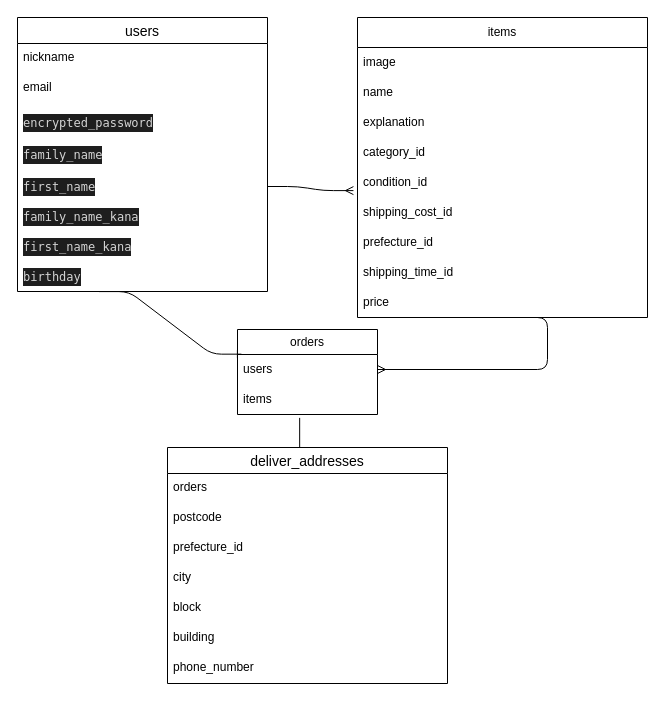
idgc705/furima-38986 keeps this draw.io diagram as test.dio. Above is the earlier version. Source tidied: cells renumbered, new cells numbered last; positions are measured from the earlier drawing's top-left corner, leaving out a move shared by most shapes. Both pictures are drawn from the tidied source at 100%, with x=0, y=0 at pixel (17, 17).
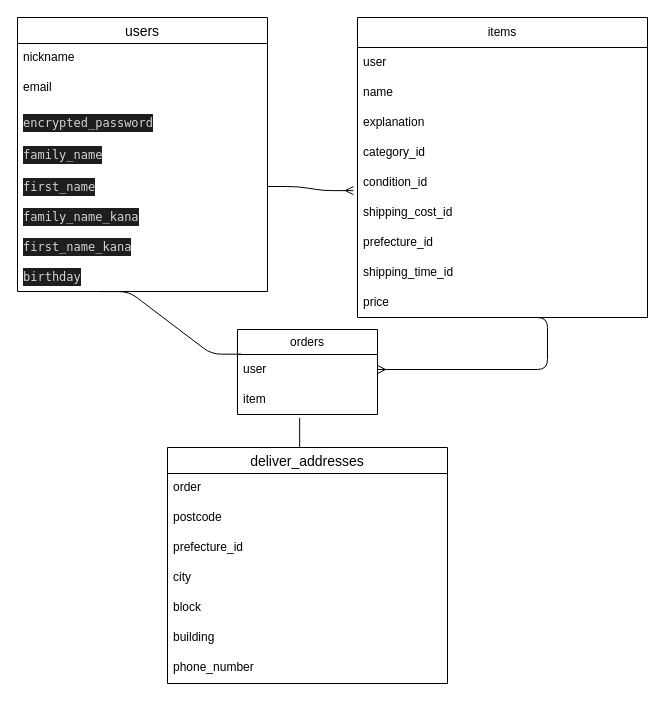
Above is the later version.

Commit message:
データベース修正2

Unchanged cells that the change refers to:
```xml
<mxCell id="11" value="items" style="swimlane;fontStyle=0;horizontal=1;startSize=30;whiteSpace=wrap;html=1;" parent="1" vertex="1">
  <mxGeometry x="340" width="290" height="300" as="geometry" />
</mxCell>
<mxCell id="21" value="orders" style="swimlane;fontStyle=0;horizontal=1;startSize=25;whiteSpace=wrap;html=1;" parent="1" vertex="1">
  <mxGeometry x="220" y="312" width="140" height="85" as="geometry" />
</mxCell>
<mxCell id="27" value="deliver_addresses" style="swimlane;fontStyle=0;horizontal=1;startSize=26;align=center;fontSize=14;" parent="1" vertex="1">
  <mxGeometry x="150" y="430" width="280" height="236" as="geometry" />
</mxCell>
```

What changed in the source:
```diff
@@
-    <mxCell id="12" value="image" style="text;strokeColor=none;fillColor=none;align=left;verticalAlign=middle;spacingLeft=4;spacingRight=4;overflow=hidden;whiteSpace=wrap;html=1;" parent="11" vertex="1">
+    <mxCell id="12" value="user" style="text;strokeColor=none;fillColor=none;align=left;verticalAlign=middle;spacingLeft=4;spacingRight=4;overflow=hidden;whiteSpace=wrap;html=1;" parent="11" vertex="1">
       <mxGeometry y="30" width="290" height="30" as="geometry" />
     </mxCell>
@@
-    <mxCell id="22" value="users" style="text;strokeColor=none;fillColor=none;align=left;verticalAlign=middle;spacingLeft=4;spacingRight=4;overflow=hidden;points=[[0,0.5],[1,0.5]];portConstraint=eastwest;whiteSpace=wrap;html=1;" parent="21" vertex="1">
+    <mxCell id="22" value="user" style="text;strokeColor=none;fillColor=none;align=left;verticalAlign=middle;spacingLeft=4;spacingRight=4;overflow=hidden;points=[[0,0.5],[1,0.5]];portConstraint=eastwest;whiteSpace=wrap;html=1;" parent="21" vertex="1">
       <mxGeometry y="25" width="140" height="30" as="geometry" />
     </mxCell>
-    <mxCell id="23" value="items" style="text;strokeColor=none;fillColor=none;align=left;verticalAlign=middle;spacingLeft=4;spacingRight=4;overflow=hidden;points=[[0,0.5],[1,0.5]];portConstraint=eastwest;whiteSpace=wrap;html=1;" parent="21" vertex="1">
+    <mxCell id="23" value="item" style="text;strokeColor=none;fillColor=none;align=left;verticalAlign=middle;spacingLeft=4;spacingRight=4;overflow=hidden;points=[[0,0.5],[1,0.5]];portConstraint=eastwest;whiteSpace=wrap;html=1;" parent="21" vertex="1">
       <mxGeometry y="55" width="140" height="30" as="geometry" />
     </mxCell>
@@
-    <mxCell id="28" value="orders" style="text;strokeColor=none;fillColor=none;spacingLeft=4;spacingRight=4;overflow=hidden;fontSize=12;" parent="27" vertex="1">
+    <mxCell id="28" value="order" style="text;strokeColor=none;fillColor=none;spacingLeft=4;spacingRight=4;overflow=hidden;fontSize=12;" parent="27" vertex="1">
       <mxGeometry y="26" width="280" height="30" as="geometry" />
     </mxCell>
```
